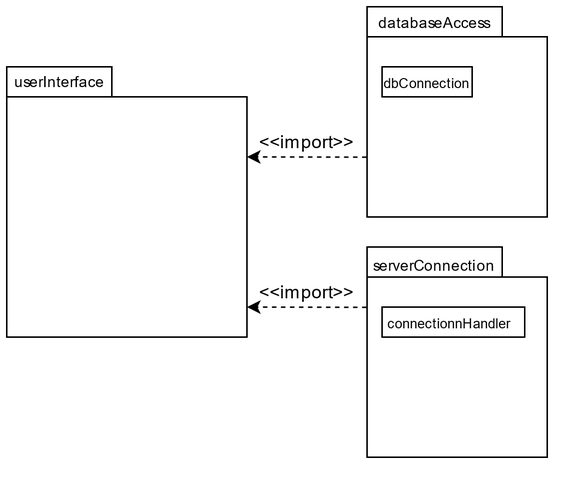
Lernni/E2-Anwesenheitserfassung-fuer-Modellflugplatz keeps this draw.io diagram as docs/architecture/images/Package_Diagram/package_diagram_terminal.png. Above is the earlier version. Source tidied: cells renumbered, new cells last; positions are measured from the earlier drawing's top-left corner, leaving out a move shared by most shapes. Its diagram source:
```xml
<mxGraphModel>
  <root>
    <mxCell id="0" />
    <mxCell id="1" parent="0" />
    <mxCell id="2" style="rounded=0;whiteSpace=wrap;html=1;" parent="1" vertex="1">
      <mxGeometry y="40" width="70" height="20" as="geometry" />
    </mxCell>
    <mxCell id="3" value="&lt;div style=&quot;font-size: 10px&quot;&gt;&lt;font style=&quot;font-size: 10px&quot;&gt;userInterface&lt;/font&gt;&lt;/div&gt;" style="text;html=1;strokeColor=none;fillColor=none;align=center;verticalAlign=middle;whiteSpace=wrap;rounded=0;" parent="1" vertex="1">
      <mxGeometry x="7.5" y="40" width="55" height="20" as="geometry" />
    </mxCell>
    <mxCell id="4" style="whiteSpace=wrap;html=1;" parent="1" vertex="1">
      <mxGeometry x="240" y="20" width="120" height="120" as="geometry" />
    </mxCell>
    <mxCell id="5" style="rounded=0;whiteSpace=wrap;html=1;" parent="1" vertex="1">
      <mxGeometry x="240" width="90" height="20" as="geometry" />
    </mxCell>
    <mxCell id="6" style="whiteSpace=wrap;html=1;" parent="1" vertex="1">
      <mxGeometry x="240" y="180" width="120" height="120" as="geometry" />
    </mxCell>
    <mxCell id="7" style="rounded=0;whiteSpace=wrap;html=1;" parent="1" vertex="1">
      <mxGeometry x="240" y="160" width="90" height="20" as="geometry" />
    </mxCell>
    <mxCell id="8" value="&lt;font style=&quot;font-size: 10px&quot;&gt;databaseAccess&lt;/font&gt;" style="text;html=1;strokeColor=none;fillColor=none;align=center;verticalAlign=middle;whiteSpace=wrap;rounded=0;" parent="1" vertex="1">
      <mxGeometry x="265" width="40" height="20" as="geometry" />
    </mxCell>
    <mxCell id="9" style="rounded=0;whiteSpace=wrap;html=1;" parent="1" vertex="1">
      <mxGeometry x="250" y="40" width="60" height="20" as="geometry" />
    </mxCell>
    <mxCell id="10" value="&lt;font style=&quot;font-size: 9px&quot;&gt;dbConnection&lt;/font&gt;" style="text;html=1;strokeColor=none;fillColor=none;align=center;verticalAlign=middle;whiteSpace=wrap;rounded=0;" parent="1" vertex="1">
      <mxGeometry x="220" y="40" width="120" height="20" as="geometry" />
    </mxCell>
    <mxCell id="11" value="&lt;div&gt;&lt;font style=&quot;font-size: 12px&quot;&gt;&lt;br&gt;&lt;/font&gt;&lt;/div&gt;&lt;div style=&quot;font-size: 10px&quot;&gt;&lt;font style=&quot;font-size: 10px&quot;&gt;serverConnection&lt;br&gt;&lt;/font&gt;&lt;/div&gt;" style="text;html=1;strokeColor=none;fillColor=none;align=center;verticalAlign=middle;whiteSpace=wrap;rounded=0;" parent="1" vertex="1">
      <mxGeometry x="260" y="150" width="50" height="30" as="geometry" />
    </mxCell>
    <mxCell id="12" style="edgeStyle=orthogonalEdgeStyle;rounded=0;orthogonalLoop=1;jettySize=auto;html=1;exitX=0.5;exitY=1;exitDx=0;exitDy=0;" parent="1" edge="1">
      <mxGeometry relative="1" as="geometry">
        <mxPoint x="285" y="177" as="sourcePoint" />
        <mxPoint x="285" y="177" as="targetPoint" />
      </mxGeometry>
    </mxCell>
    <mxCell id="13" style="whiteSpace=wrap;html=1;" parent="1" vertex="1">
      <mxGeometry y="60" width="160" height="160" as="geometry" />
    </mxCell>
    <mxCell id="14" style="endArrow=classic;html=1;rounded=0;jumpStyle=none;dashed=1;entryX=1;entryY=0.25;entryDx=0;entryDy=0;exitX=-0.003;exitY=0.668;exitDx=0;exitDy=0;exitPerimeter=0;" parent="1" edge="1" source="4" target="13">
      <mxGeometry relative="1" as="geometry" />
    </mxCell>
    <mxCell id="15" style="endArrow=classic;html=1;rounded=0;jumpStyle=none;dashed=1;entryX=1;entryY=0.25;entryDx=0;entryDy=0;exitX=-0.003;exitY=0.668;exitDx=0;exitDy=0;exitPerimeter=0;" parent="1" edge="1">
      <mxGeometry relative="1" as="geometry">
        <mxPoint x="239.6" y="200.2" as="sourcePoint" />
        <mxPoint x="160" y="200" as="targetPoint" />
      </mxGeometry>
    </mxCell>
    <mxCell id="16" value="&amp;lt;&amp;lt;import&amp;gt;&amp;gt;" style="text;html=1;strokeColor=none;fillColor=none;align=center;verticalAlign=middle;whiteSpace=wrap;rounded=0;" parent="1" vertex="1">
      <mxGeometry x="180" y="80" width="40" height="20" as="geometry" />
    </mxCell>
    <mxCell id="17" value="&amp;lt;&amp;lt;import&amp;gt;&amp;gt;" style="text;html=1;strokeColor=none;fillColor=none;align=center;verticalAlign=middle;whiteSpace=wrap;rounded=0;" parent="1" vertex="1">
      <mxGeometry x="180" y="180" width="40" height="20" as="geometry" />
    </mxCell>
    <mxCell id="18" style="rounded=0;whiteSpace=wrap;html=1;" parent="1" vertex="1">
      <mxGeometry x="250" y="200" width="95" height="20" as="geometry" />
    </mxCell>
    <mxCell id="19" value="&lt;font style=&quot;font-size: 9px&quot;&gt;connectionnHandler&lt;/font&gt;" style="text;html=1;strokeColor=none;fillColor=none;align=center;verticalAlign=middle;whiteSpace=wrap;rounded=0;" parent="1" vertex="1">
      <mxGeometry x="275" y="200" width="40" height="20" as="geometry" />
    </mxCell>
  </root>
</mxGraphModel>
```
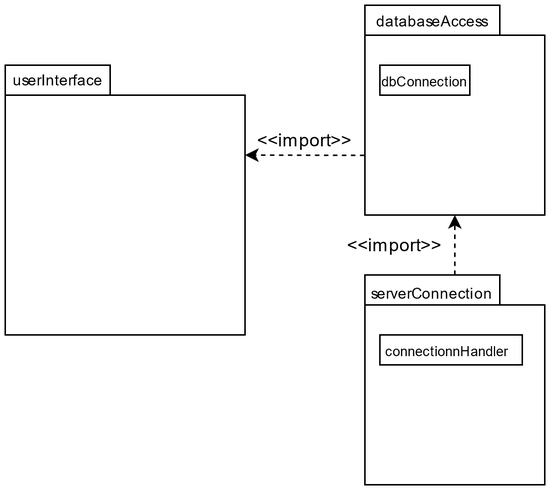
The same file after the commit.

Commit message:
Update Package Diagram Terminal

The edit, as a diff of the source:
```diff
@@ -15,10 +15,10 @@
       <mxGeometry x="240" width="90" height="20" as="geometry" />
     </mxCell>
     <mxCell id="6" style="whiteSpace=wrap;html=1;" parent="1" vertex="1">
-      <mxGeometry x="240" y="180" width="120" height="120" as="geometry" />
+      <mxGeometry x="240" y="200" width="120" height="120" as="geometry" />
     </mxCell>
     <mxCell id="7" style="rounded=0;whiteSpace=wrap;html=1;" parent="1" vertex="1">
-      <mxGeometry x="240" y="160" width="90" height="20" as="geometry" />
+      <mxGeometry x="240" y="180" width="90" height="20" as="geometry" />
     </mxCell>
     <mxCell id="8" value="&lt;font style=&quot;font-size: 10px&quot;&gt;databaseAccess&lt;/font&gt;" style="text;html=1;strokeColor=none;fillColor=none;align=center;verticalAlign=middle;whiteSpace=wrap;rounded=0;" parent="1" vertex="1">
       <mxGeometry x="265" width="40" height="20" as="geometry" />
@@ -30,12 +30,12 @@
       <mxGeometry x="220" y="40" width="120" height="20" as="geometry" />
     </mxCell>
     <mxCell id="11" value="&lt;div&gt;&lt;font style=&quot;font-size: 12px&quot;&gt;&lt;br&gt;&lt;/font&gt;&lt;/div&gt;&lt;div style=&quot;font-size: 10px&quot;&gt;&lt;font style=&quot;font-size: 10px&quot;&gt;serverConnection&lt;br&gt;&lt;/font&gt;&lt;/div&gt;" style="text;html=1;strokeColor=none;fillColor=none;align=center;verticalAlign=middle;whiteSpace=wrap;rounded=0;" parent="1" vertex="1">
-      <mxGeometry x="260" y="150" width="50" height="30" as="geometry" />
+      <mxGeometry x="260" y="170" width="50" height="30" as="geometry" />
     </mxCell>
     <mxCell id="12" style="edgeStyle=orthogonalEdgeStyle;rounded=0;orthogonalLoop=1;jettySize=auto;html=1;exitX=0.5;exitY=1;exitDx=0;exitDy=0;" parent="1" edge="1">
       <mxGeometry relative="1" as="geometry">
-        <mxPoint x="285" y="177" as="sourcePoint" />
-        <mxPoint x="285" y="177" as="targetPoint" />
+        <mxPoint x="285" y="197" as="sourcePoint" />
+        <mxPoint x="285" y="197" as="targetPoint" />
       </mxGeometry>
     </mxCell>
     <mxCell id="13" style="whiteSpace=wrap;html=1;" parent="1" vertex="1">
@@ -44,23 +44,20 @@
     <mxCell id="14" style="endArrow=classic;html=1;rounded=0;jumpStyle=none;dashed=1;entryX=1;entryY=0.25;entryDx=0;entryDy=0;exitX=-0.003;exitY=0.668;exitDx=0;exitDy=0;exitPerimeter=0;" parent="1" edge="1" source="4" target="13">
       <mxGeometry relative="1" as="geometry" />
     </mxCell>
-    <mxCell id="15" style="endArrow=classic;html=1;rounded=0;jumpStyle=none;dashed=1;entryX=1;entryY=0.25;entryDx=0;entryDy=0;exitX=-0.003;exitY=0.668;exitDx=0;exitDy=0;exitPerimeter=0;" parent="1" edge="1">
-      <mxGeometry relative="1" as="geometry">
-        <mxPoint x="239.6" y="200.2" as="sourcePoint" />
-        <mxPoint x="160" y="200" as="targetPoint" />
-      </mxGeometry>
+    <mxCell id="15" style="endArrow=classic;html=1;rounded=0;jumpStyle=none;dashed=1;entryX=0.5;entryY=1;entryDx=0;entryDy=0;exitX=0.8;exitY=0.333;exitDx=0;exitDy=0;exitPerimeter=0;" parent="1" edge="1" source="11" target="4">
+      <mxGeometry relative="1" as="geometry" />
     </mxCell>
     <mxCell id="16" value="&amp;lt;&amp;lt;import&amp;gt;&amp;gt;" style="text;html=1;strokeColor=none;fillColor=none;align=center;verticalAlign=middle;whiteSpace=wrap;rounded=0;" parent="1" vertex="1">
       <mxGeometry x="180" y="80" width="40" height="20" as="geometry" />
     </mxCell>
     <mxCell id="17" value="&amp;lt;&amp;lt;import&amp;gt;&amp;gt;" style="text;html=1;strokeColor=none;fillColor=none;align=center;verticalAlign=middle;whiteSpace=wrap;rounded=0;" parent="1" vertex="1">
-      <mxGeometry x="180" y="180" width="40" height="20" as="geometry" />
+      <mxGeometry x="240" y="150" width="40" height="20" as="geometry" />
     </mxCell>
     <mxCell id="18" style="rounded=0;whiteSpace=wrap;html=1;" parent="1" vertex="1">
-      <mxGeometry x="250" y="200" width="95" height="20" as="geometry" />
+      <mxGeometry x="250" y="220" width="95" height="20" as="geometry" />
     </mxCell>
     <mxCell id="19" value="&lt;font style=&quot;font-size: 9px&quot;&gt;connectionnHandler&lt;/font&gt;" style="text;html=1;strokeColor=none;fillColor=none;align=center;verticalAlign=middle;whiteSpace=wrap;rounded=0;" parent="1" vertex="1">
-      <mxGeometry x="275" y="200" width="40" height="20" as="geometry" />
+      <mxGeometry x="275" y="220" width="40" height="20" as="geometry" />
     </mxCell>
   </root>
 </mxGraphModel>
```
